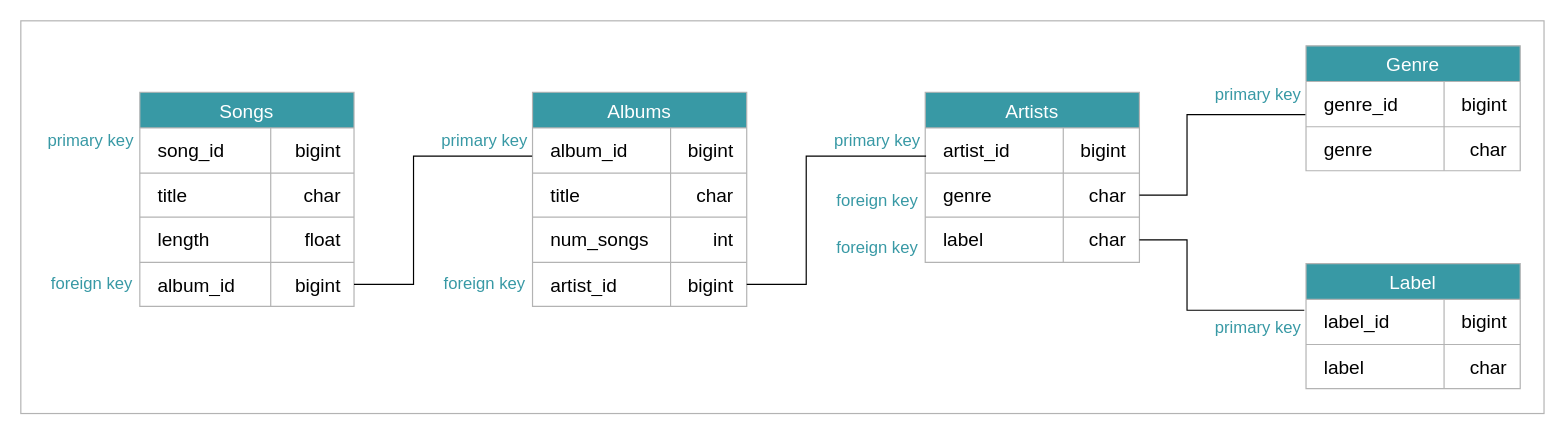
This is page "multiple-tables" (15 of 16) of assets/drawio-files/all-things-data.drawio from joseeden/joeden, a draw.io file, before an edit. Source tidied: cells renumbered, new cells numbered last; positions are measured from the earlier drawing's top-left corner, leaving out a move shared by most shapes. Both pictures are drawn from the tidied source at 119%, with x=0, y=0 at pixel (20, 20).
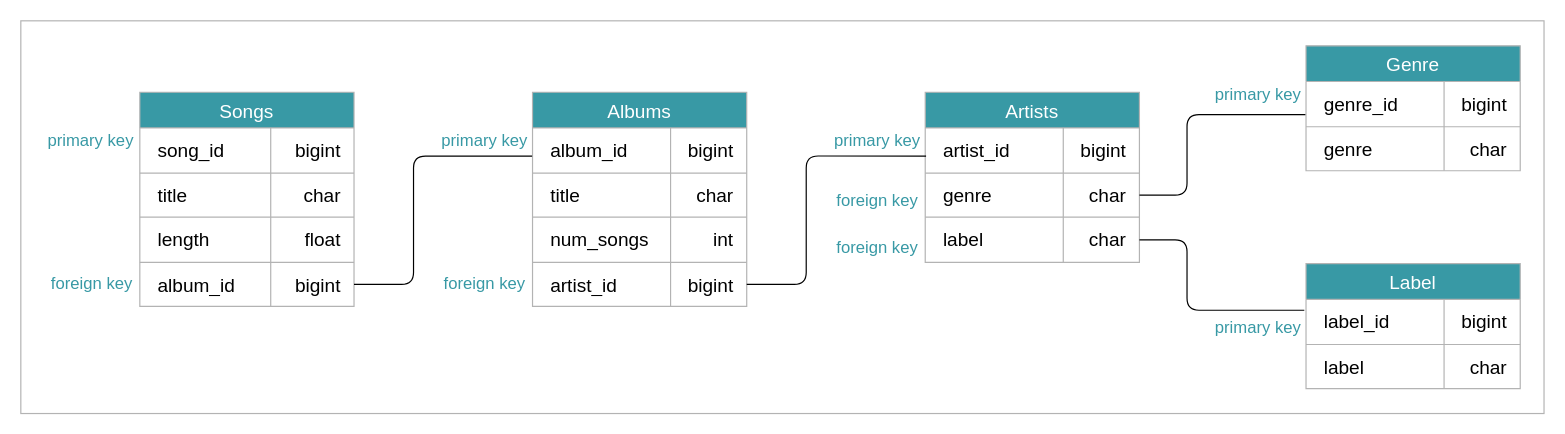
The same diagram, later.

The change refers to these unchanged cells:
```xml
<mxCell id="13" style="shape=tableRow;horizontal=0;startSize=0;swimlaneHead=0;swimlaneBody=0;top=0;left=0;bottom=0;right=0;fillColor=none;points=[[0,0.5],[1,0.5]];portConstraint=eastwest;rounded=0;strokeColor=#B3B3B3;fontSize=16;" parent="3" vertex="1">
  <mxGeometry y="143" width="180" height="37" as="geometry" />
</mxCell>
<mxCell id="17" style="shape=tableRow;horizontal=0;startSize=0;swimlaneHead=0;swimlaneBody=0;top=0;left=0;bottom=0;right=0;fillColor=none;points=[[0,0.5],[1,0.5]];portConstraint=eastwest;rounded=0;strokeColor=#B3B3B3;fontSize=16;" parent="16" vertex="1">
  <mxGeometry y="30" width="180" height="38" as="geometry" />
</mxCell>
<mxCell id="26" style="shape=tableRow;horizontal=0;startSize=0;swimlaneHead=0;swimlaneBody=0;top=0;left=0;bottom=0;right=0;fillColor=none;points=[[0,0.5],[1,0.5]];portConstraint=eastwest;rounded=0;strokeColor=#B3B3B3;fontSize=16;" parent="16" vertex="1">
  <mxGeometry y="143" width="180" height="37" as="geometry" />
</mxCell>
<mxCell id="35" style="shape=tableRow;horizontal=0;startSize=0;swimlaneHead=0;swimlaneBody=0;top=0;left=0;bottom=0;right=0;fillColor=none;points=[[0,0.5],[1,0.5]];portConstraint=eastwest;rounded=0;strokeColor=#B3B3B3;fontSize=16;" parent="34" vertex="1">
  <mxGeometry y="30" width="180" height="38" as="geometry" />
</mxCell>
<mxCell id="38" style="shape=tableRow;horizontal=0;startSize=0;swimlaneHead=0;swimlaneBody=0;top=0;left=0;bottom=0;right=0;fillColor=none;points=[[0,0.5],[1,0.5]];portConstraint=eastwest;rounded=0;strokeColor=#B3B3B3;fontSize=16;" parent="34" vertex="1">
  <mxGeometry y="68" width="180" height="37" as="geometry" />
</mxCell>
<mxCell id="41" style="shape=tableRow;horizontal=0;startSize=0;swimlaneHead=0;swimlaneBody=0;top=0;left=0;bottom=0;right=0;fillColor=none;points=[[0,0.5],[1,0.5]];portConstraint=eastwest;rounded=0;strokeColor=#B3B3B3;fontSize=16;" parent="34" vertex="1">
  <mxGeometry y="105" width="180" height="38" as="geometry" />
</mxCell>
<mxCell id="47" style="shape=tableRow;horizontal=0;startSize=0;swimlaneHead=0;swimlaneBody=0;top=0;left=0;bottom=0;right=0;fillColor=none;points=[[0,0.5],[1,0.5]];portConstraint=eastwest;rounded=0;strokeColor=#B3B3B3;fontSize=16;" parent="46" vertex="1">
  <mxGeometry y="30" width="180" height="38" as="geometry" />
</mxCell>
<mxCell id="54" style="shape=tableRow;horizontal=0;startSize=0;swimlaneHead=0;swimlaneBody=0;top=0;left=0;bottom=0;right=0;fillColor=none;points=[[0,0.5],[1,0.5]];portConstraint=eastwest;rounded=0;strokeColor=#B3B3B3;fontSize=16;" parent="53" vertex="1">
  <mxGeometry y="30" width="180" height="38" as="geometry" />
</mxCell>
```

What changed in the source:
```diff
@@
-    <mxCell id="29" style="edgeStyle=orthogonalEdgeStyle;rounded=0;jettySize=auto;html=1;fontSize=16;fontColor=#FFFFFF;endArrow=none;endFill=0;entryX=-0.002;entryY=0.623;entryDx=0;entryDy=0;entryPerimeter=0;" parent="1" edge="1" source="13" target="17">
+    <mxCell id="29" style="edgeStyle=orthogonalEdgeStyle;rounded=1;jettySize=auto;html=1;fontSize=16;fontColor=#FFFFFF;endArrow=none;endFill=0;entryX=-0.002;entryY=0.623;entryDx=0;entryDy=0;entryPerimeter=0;" parent="1" edge="1" source="13" target="17">
       <mxGeometry x="-0.02" y="20" relative="1" as="geometry">
         <Array as="points">
           <mxPoint x="330" y="222" />
           <mxPoint x="330" y="114" />
         </Array>
       </mxGeometry>
     </mxCell>
@@
-    <mxCell id="44" style="edgeStyle=orthogonalEdgeStyle;rounded=0;jettySize=auto;html=1;entryX=0.004;entryY=0.622;entryDx=0;entryDy=0;entryPerimeter=0;fontSize=14;fontColor=#3899A5;endArrow=none;endFill=0;" parent="1" edge="1" source="26" target="35">
+    <mxCell id="44" style="edgeStyle=orthogonalEdgeStyle;rounded=1;jettySize=auto;html=1;entryX=0.004;entryY=0.622;entryDx=0;entryDy=0;entryPerimeter=0;fontSize=14;fontColor=#3899A5;endArrow=none;endFill=0;" parent="1" edge="1" source="26" target="35">
       <mxGeometry relative="1" as="geometry">
         <Array as="points">
           <mxPoint x="660" y="222" />
           <mxPoint x="660" y="114" />
         </Array>
       </mxGeometry>
     </mxCell>
@@
-    <mxCell id="60" style="edgeStyle=orthogonalEdgeStyle;rounded=0;jettySize=auto;html=1;exitX=1;exitY=0.5;exitDx=0;exitDy=0;entryX=-0.003;entryY=0.734;entryDx=0;entryDy=0;fontSize=14;fontColor=#3899A5;endArrow=none;endFill=0;entryPerimeter=0;" parent="1" edge="1" source="38" target="47">
+    <mxCell id="60" style="edgeStyle=orthogonalEdgeStyle;rounded=1;jettySize=auto;html=1;exitX=1;exitY=0.5;exitDx=0;exitDy=0;entryX=-0.003;entryY=0.734;entryDx=0;entryDy=0;fontSize=14;fontColor=#3899A5;endArrow=none;endFill=0;entryPerimeter=0;" parent="1" edge="1" source="38" target="47">
       <mxGeometry relative="1" as="geometry">
         <Array as="points">
           <mxPoint x="980" y="147" />
           <mxPoint x="980" y="79" />
         </Array>
       </mxGeometry>
     </mxCell>
-    <mxCell id="61" style="edgeStyle=orthogonalEdgeStyle;rounded=0;jettySize=auto;html=1;exitX=1;exitY=0.5;exitDx=0;exitDy=0;entryX=-0.008;entryY=0.242;entryDx=0;entryDy=0;fontSize=14;fontColor=#3899A5;endArrow=none;endFill=0;entryPerimeter=0;" parent="1" edge="1" source="41" target="54">
+    <mxCell id="61" style="edgeStyle=orthogonalEdgeStyle;rounded=1;jettySize=auto;html=1;exitX=1;exitY=0.5;exitDx=0;exitDy=0;entryX=-0.008;entryY=0.242;entryDx=0;entryDy=0;fontSize=14;fontColor=#3899A5;endArrow=none;endFill=0;entryPerimeter=0;" parent="1" edge="1" source="41" target="54">
       <mxGeometry relative="1" as="geometry">
         <Array as="points">
           <mxPoint x="980" y="184" />
           <mxPoint x="980" y="243" />
         </Array>
       </mxGeometry>
     </mxCell>
```
